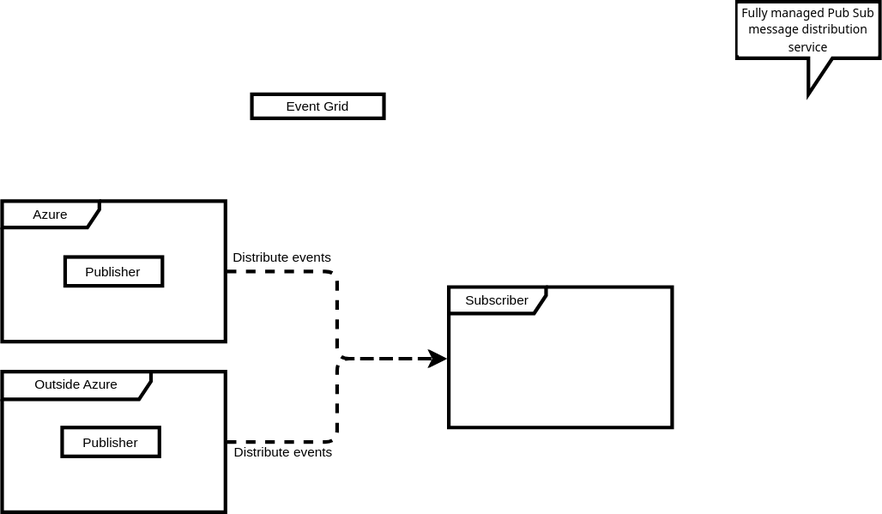
Before: azure/fundamentals/event-grid.drawio.svg, a diagram exported from draw.io (sunnybharne/draw.io). Source tidied: cells renumbered, new cells last; positions are measured from the earlier drawing's top-left corner, leaving out a move shared by most shapes.
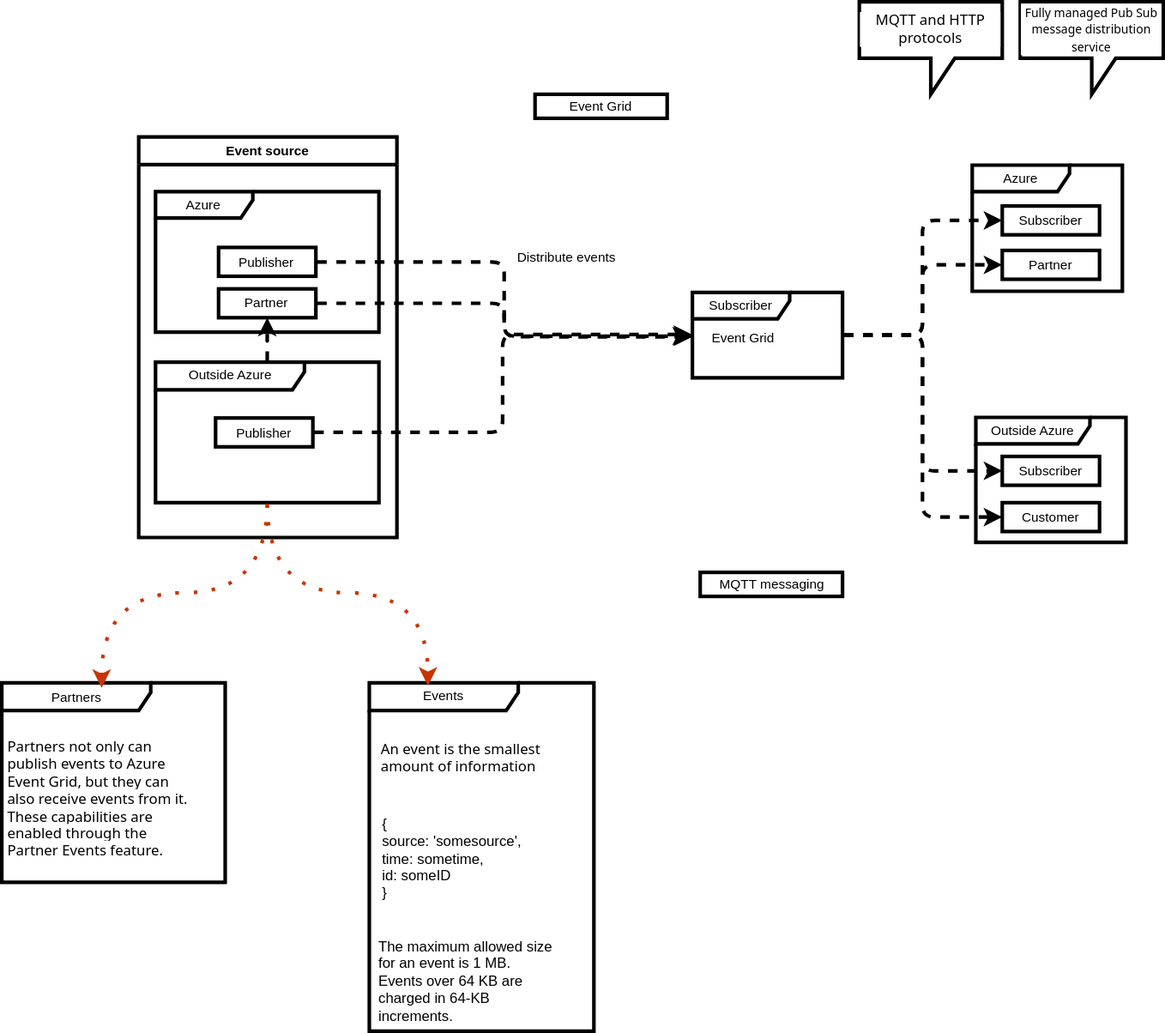
The same diagram one commit later.

What changed in the source:
```diff
@@ -6,39 +6,112 @@
       <mxGeometry x="208" y="77" width="110" height="20" as="geometry" />
     </mxCell>
     <mxCell id="3" value="Publisher" style="rounded=0;whiteSpace=wrap;html=1;fontFamily=Helvetica;fontSize=11;fontColor=default;labelBackgroundColor=default;strokeWidth=3;" parent="1" vertex="1">
-      <mxGeometry x="52.5" y="212.5" width="81" height="24" as="geometry" />
+      <mxGeometry x="-55.5" y="204.5" width="81" height="24" as="geometry" />
     </mxCell>
     <mxCell id="4" value="Azure" style="shape=umlFrame;whiteSpace=wrap;html=1;fontFamily=Helvetica;fontSize=11;fontColor=default;labelBackgroundColor=default;strokeWidth=3;width=81;height=22;" parent="1" vertex="1">
-      <mxGeometry y="166" width="186" height="117" as="geometry" />
+      <mxGeometry x="-108" y="158" width="186" height="117" as="geometry" />
     </mxCell>
     <mxCell id="5" value="Publisher" style="rounded=0;whiteSpace=wrap;html=1;fontFamily=Helvetica;fontSize=11;fontColor=default;labelBackgroundColor=default;strokeWidth=3;" parent="1" vertex="1">
-      <mxGeometry x="50" y="354.5" width="81" height="24" as="geometry" />
+      <mxGeometry x="-58" y="346.5" width="81" height="24" as="geometry" />
     </mxCell>
+    <mxCell id="14" style="edgeStyle=orthogonalEdgeStyle;shape=connector;curved=0;rounded=1;jettySize=auto;html=1;strokeColor=default;strokeWidth=3;align=center;verticalAlign=middle;fontFamily=Helvetica;fontSize=11;fontColor=default;labelBackgroundColor=default;endArrow=classic;flowAnimation=1;" parent="1" edge="1" source="6" target="27">
+      <mxGeometry relative="1" as="geometry" />
+    </mxCell>
     <mxCell id="6" value="Outside Azure" style="shape=umlFrame;whiteSpace=wrap;html=1;fontFamily=Helvetica;fontSize=11;fontColor=default;labelBackgroundColor=default;strokeWidth=3;width=124;height=23;" parent="1" vertex="1">
-      <mxGeometry y="308" width="186" height="117" as="geometry" />
+      <mxGeometry x="-108" y="300" width="186" height="117" as="geometry" />
     </mxCell>
+    <mxCell id="15" style="edgeStyle=orthogonalEdgeStyle;shape=connector;curved=0;rounded=1;jettySize=auto;html=1;entryX=0;entryY=0.5;entryDx=0;entryDy=0;strokeColor=default;strokeWidth=3;align=center;verticalAlign=middle;fontFamily=Helvetica;fontSize=11;fontColor=default;labelBackgroundColor=default;endArrow=classic;flowAnimation=1;" parent="1" edge="1" source="7" target="25">
+      <mxGeometry relative="1" as="geometry" />
+    </mxCell>
+    <mxCell id="16" style="edgeStyle=orthogonalEdgeStyle;shape=connector;curved=0;rounded=1;jettySize=auto;html=1;entryX=0;entryY=0.5;entryDx=0;entryDy=0;strokeColor=default;strokeWidth=3;align=center;verticalAlign=middle;fontFamily=Helvetica;fontSize=11;fontColor=default;labelBackgroundColor=default;endArrow=classic;flowAnimation=1;" parent="1" edge="1" source="7" target="26">
+      <mxGeometry relative="1" as="geometry" />
+    </mxCell>
+    <mxCell id="17" style="edgeStyle=orthogonalEdgeStyle;shape=connector;curved=0;rounded=1;jettySize=auto;html=1;entryX=0;entryY=0.5;entryDx=0;entryDy=0;strokeColor=default;strokeWidth=3;align=center;verticalAlign=middle;fontFamily=Helvetica;fontSize=11;fontColor=default;labelBackgroundColor=default;endArrow=classic;flowAnimation=1;" parent="1" edge="1" source="7" target="28">
+      <mxGeometry relative="1" as="geometry" />
+    </mxCell>
+    <mxCell id="18" style="edgeStyle=orthogonalEdgeStyle;shape=connector;curved=0;rounded=1;jettySize=auto;html=1;entryX=0;entryY=0.5;entryDx=0;entryDy=0;strokeColor=default;strokeWidth=3;align=center;verticalAlign=middle;fontFamily=Helvetica;fontSize=11;fontColor=default;labelBackgroundColor=default;endArrow=classic;flowAnimation=1;" parent="1" edge="1" source="7" target="30">
+      <mxGeometry relative="1" as="geometry" />
+    </mxCell>
     <mxCell id="7" value="Subscriber" style="shape=umlFrame;whiteSpace=wrap;html=1;fontFamily=Helvetica;fontSize=11;fontColor=default;labelBackgroundColor=default;strokeWidth=3;width=81;height=22;" parent="1" vertex="1">
-      <mxGeometry x="372" y="237.5" width="186" height="117" as="geometry" />
+      <mxGeometry x="339" y="242" width="125" height="71" as="geometry" />
     </mxCell>
-    <mxCell id="8" style="edgeStyle=orthogonalEdgeStyle;shape=connector;curved=0;rounded=1;jettySize=auto;html=1;entryX=-0.011;entryY=0.51;entryDx=0;entryDy=0;entryPerimeter=0;strokeColor=default;strokeWidth=3;align=center;verticalAlign=middle;fontFamily=Helvetica;fontSize=11;fontColor=default;labelBackgroundColor=default;endArrow=classic;flowAnimation=1;" parent="1" edge="1" source="4" target="7">
-      <mxGeometry relative="1" as="geometry" />
-    </mxCell>
-    <mxCell id="9" style="edgeLabel;html=1;align=center;verticalAlign=middle;strokeColor=default;strokeWidth=3;fontFamily=Helvetica;fontSize=11;fontColor=default;labelBackgroundColor=default;fillColor=default;" parent="8" vertex="1">
-      <mxGeometry x="-0.53" y="-1" relative="1" as="geometry" />
-    </mxCell>
-    <mxCell id="10" style="edgeStyle=orthogonalEdgeStyle;shape=connector;curved=0;rounded=1;jettySize=auto;html=1;entryX=-0.007;entryY=0.51;entryDx=0;entryDy=0;entryPerimeter=0;strokeColor=default;strokeWidth=3;align=center;verticalAlign=middle;fontFamily=Helvetica;fontSize=11;fontColor=default;labelBackgroundColor=default;endArrow=classic;flowAnimation=1;" parent="1" edge="1" source="6" target="7">
-      <mxGeometry relative="1" as="geometry" />
-    </mxCell>
-    <mxCell id="11" value="Distribute events" style="edgeLabel;html=1;align=center;verticalAlign=middle;strokeColor=default;strokeWidth=3;fontFamily=Helvetica;fontSize=11;fontColor=default;labelBackgroundColor=default;fillColor=default;" parent="10" vertex="1">
-      <mxGeometry x="0.49" y="-4" relative="1" as="geometry">
-        <mxPoint x="-73" y="73" as="offset" />
-      </mxGeometry>
-    </mxCell>
     <mxCell id="12" value="Distribute events" style="edgeLabel;html=1;align=center;verticalAlign=middle;strokeColor=default;strokeWidth=3;fontFamily=Helvetica;fontSize=11;fontColor=default;labelBackgroundColor=default;fillColor=default;" parent="1" vertex="1">
       <mxGeometry x="233" y="212.5" as="geometry" />
     </mxCell>
     <mxCell id="13" value="&lt;span style=&quot;caret-color: rgb(230, 230, 230); font-family: &amp;quot;Segoe UI&amp;quot;, SegoeUI, &amp;quot;Helvetica Neue&amp;quot;, Helvetica, Arial, sans-serif; text-align: left;&quot;&gt;&lt;font style=&quot;font-size: 10px;&quot;&gt;Fully managed Pub Sub message distribution service&lt;/font&gt;&lt;/span&gt;" style="shape=callout;whiteSpace=wrap;html=1;perimeter=calloutPerimeter;strokeColor=default;strokeWidth=3;align=center;verticalAlign=middle;fontFamily=Helvetica;fontSize=11;fontColor=default;labelBackgroundColor=default;fillColor=default;" parent="1" vertex="1">
       <mxGeometry x="612" width="119" height="77" as="geometry" />
     </mxCell>
+    <mxCell id="19" value="&lt;span style=&quot;text-align: start; caret-color: rgb(230, 230, 230); font-family: &amp;quot;Segoe UI&amp;quot;, SegoeUI, &amp;quot;Helvetica Neue&amp;quot;, Helvetica, Arial, sans-serif; background-color: rgb(255, 255, 255);&quot;&gt;&lt;font style=&quot;font-size: 12px;&quot;&gt;MQTT and HTTP protocols&lt;/font&gt;&lt;/span&gt;" style="shape=callout;whiteSpace=wrap;html=1;perimeter=calloutPerimeter;strokeColor=default;strokeWidth=3;align=center;verticalAlign=middle;fontFamily=Helvetica;fontSize=11;fontColor=default;labelBackgroundColor=default;fillColor=default;" parent="1" vertex="1">
+      <mxGeometry x="478" width="119" height="77" as="geometry" />
+    </mxCell>
+    <mxCell id="20" value="MQTT messaging" style="html=1;whiteSpace=wrap;fontFamily=Helvetica;fontSize=11;fontColor=default;labelBackgroundColor=default;strokeWidth=3;" parent="1" vertex="1">
+      <mxGeometry x="345.5" y="475" width="118.5" height="20" as="geometry" />
+    </mxCell>
+    <mxCell id="21" style="edgeStyle=orthogonalEdgeStyle;shape=connector;curved=0;rounded=1;jettySize=auto;html=1;entryX=-0.001;entryY=0.52;entryDx=0;entryDy=0;entryPerimeter=0;strokeColor=default;strokeWidth=3;align=center;verticalAlign=middle;fontFamily=Helvetica;fontSize=11;fontColor=default;labelBackgroundColor=default;endArrow=classic;flowAnimation=1;" parent="1" edge="1" source="3" target="7">
+      <mxGeometry relative="1" as="geometry" />
+    </mxCell>
+    <mxCell id="22" value="Event Grid" style="text;html=1;align=center;verticalAlign=middle;strokeColor=none;fillColor=none;fontFamily=Helvetica;fontSize=11;fontColor=default;labelBackgroundColor=default;" parent="1" vertex="1">
+      <mxGeometry x="345.5" y="267" width="70" height="25" as="geometry" />
+    </mxCell>
+    <mxCell id="23" value="Azure" style="shape=umlFrame;whiteSpace=wrap;html=1;fontFamily=Helvetica;fontSize=11;fontColor=default;labelBackgroundColor=default;strokeWidth=3;width=81;height=22;" parent="1" vertex="1">
+      <mxGeometry x="572" y="136" width="125" height="105" as="geometry" />
+    </mxCell>
+    <mxCell id="24" value="Outside Azure" style="shape=umlFrame;whiteSpace=wrap;html=1;fontFamily=Helvetica;fontSize=11;fontColor=default;labelBackgroundColor=default;strokeWidth=3;width=95;height=22;" parent="1" vertex="1">
+      <mxGeometry x="575" y="346" width="125" height="104" as="geometry" />
+    </mxCell>
+    <mxCell id="25" value="Subscriber" style="rounded=0;whiteSpace=wrap;html=1;fontFamily=Helvetica;fontSize=11;fontColor=default;labelBackgroundColor=default;strokeWidth=3;" parent="1" vertex="1">
+      <mxGeometry x="597" y="170" width="81" height="24" as="geometry" />
+    </mxCell>
+    <mxCell id="26" value="Subscriber" style="rounded=0;whiteSpace=wrap;html=1;fontFamily=Helvetica;fontSize=11;fontColor=default;labelBackgroundColor=default;strokeWidth=3;" parent="1" vertex="1">
+      <mxGeometry x="597" y="378.5" width="81" height="24" as="geometry" />
+    </mxCell>
+    <mxCell id="27" value="Partner" style="rounded=0;whiteSpace=wrap;html=1;fontFamily=Helvetica;fontSize=11;fontColor=default;labelBackgroundColor=default;strokeWidth=3;" parent="1" vertex="1">
+      <mxGeometry x="-55.5" y="239" width="81" height="24" as="geometry" />
+    </mxCell>
+    <mxCell id="28" value="Customer" style="rounded=0;whiteSpace=wrap;html=1;fontFamily=Helvetica;fontSize=11;fontColor=default;labelBackgroundColor=default;strokeWidth=3;" parent="1" vertex="1">
+      <mxGeometry x="597" y="417" width="81" height="24" as="geometry" />
+    </mxCell>
+    <mxCell id="29" style="edgeStyle=orthogonalEdgeStyle;shape=connector;curved=0;rounded=1;jettySize=auto;html=1;entryX=-0.009;entryY=0.512;entryDx=0;entryDy=0;entryPerimeter=0;strokeColor=default;strokeWidth=3;align=center;verticalAlign=middle;fontFamily=Helvetica;fontSize=11;fontColor=default;labelBackgroundColor=default;endArrow=classic;flowAnimation=1;" parent="1" edge="1" source="27" target="7">
+      <mxGeometry relative="1" as="geometry" />
+    </mxCell>
+    <mxCell id="30" value="Partner" style="rounded=0;whiteSpace=wrap;html=1;fontFamily=Helvetica;fontSize=11;fontColor=default;labelBackgroundColor=default;strokeWidth=3;" parent="1" vertex="1">
+      <mxGeometry x="597" y="207" width="81" height="24" as="geometry" />
+    </mxCell>
+    <mxCell id="31" style="edgeStyle=orthogonalEdgeStyle;shape=connector;curved=0;rounded=1;jettySize=auto;html=1;entryX=-0.002;entryY=0.493;entryDx=0;entryDy=0;entryPerimeter=0;strokeColor=default;strokeWidth=3;align=center;verticalAlign=middle;fontFamily=Helvetica;fontSize=11;fontColor=default;labelBackgroundColor=default;endArrow=classic;flowAnimation=1;" parent="1" edge="1" source="5" target="7">
+      <mxGeometry relative="1" as="geometry" />
+    </mxCell>
+    <mxCell id="32" style="group;" parent="1" vertex="1">
+      <mxGeometry x="-236" y="567" width="186" height="166" as="geometry" />
+    </mxCell>
+    <mxCell id="33" value="Partners" style="shape=umlFrame;whiteSpace=wrap;html=1;fontFamily=Helvetica;fontSize=11;fontColor=default;labelBackgroundColor=default;strokeWidth=3;width=124;height=23;" parent="32" vertex="1">
+      <mxGeometry width="186" height="166" as="geometry" />
+    </mxCell>
+    <mxCell id="34" value="&lt;span style=&quot;font-style: normal; font-variant-caps: normal; font-weight: 400; letter-spacing: normal; text-align: start; text-indent: 0px; text-transform: none; white-space: normal; word-spacing: 0px; -webkit-text-stroke-width: 0px; text-decoration: none; caret-color: rgb(230, 230, 230); font-family: &amp;quot;Segoe UI&amp;quot;, SegoeUI, &amp;quot;Helvetica Neue&amp;quot;, Helvetica, Arial, sans-serif; float: none; background-color: rgb(255, 255, 255); display: inline !important;&quot;&gt;&lt;font style=&quot;font-size: 12px;&quot;&gt;Partners not only can publish events to Azure Event Grid, but they can also receive events from it. These capabilities are enabled through the Partner Events feature.&lt;/font&gt;&lt;/span&gt;" style="text;whiteSpace=wrap;html=1;fontFamily=Helvetica;fontSize=11;fontColor=default;labelBackgroundColor=default;" parent="32" vertex="1">
+      <mxGeometry x="3" y="40" width="162" height="112" as="geometry" />
+    </mxCell>
+    <mxCell id="35" style="group;" parent="1" vertex="1">
+      <mxGeometry x="70" y="567" width="200" height="290" as="geometry" />
+    </mxCell>
+    <mxCell id="36" value="Events" style="shape=umlFrame;whiteSpace=wrap;html=1;fontFamily=Helvetica;fontSize=11;fontColor=default;labelBackgroundColor=default;strokeWidth=3;width=124;height=23;" parent="35" vertex="1">
+      <mxGeometry width="187" height="290" as="geometry" />
+    </mxCell>
+    <mxCell id="37" value="&lt;p style=&quot;box-sizing: inherit; outline-color: inherit; margin: 1rem 0px 0px; padding: 0px; overflow-wrap: break-word; caret-color: rgb(230, 230, 230); font-family: &amp;quot;Segoe UI&amp;quot;, SegoeUI, &amp;quot;Helvetica Neue&amp;quot;, Helvetica, Arial, sans-serif; font-size: 12px;&quot;&gt;&lt;font style=&quot;font-size: 12px;&quot;&gt;An event is the smallest amount of information&amp;nbsp;&lt;/font&gt;&lt;/p&gt;&lt;p style=&quot;font-size: 12px; box-sizing: inherit; outline-color: inherit; margin: 1rem 0px 0px; padding: 0px; overflow-wrap: break-word; caret-color: rgb(230, 230, 230); font-family: &amp;quot;Segoe UI&amp;quot;, SegoeUI, &amp;quot;Helvetica Neue&amp;quot;, Helvetica, Arial, sans-serif;&quot;&gt;&lt;br&gt;&lt;/p&gt;" style="text;whiteSpace=wrap;html=1;fontFamily=Helvetica;fontSize=11;fontColor=default;labelBackgroundColor=default;" parent="35" vertex="1">
+      <mxGeometry x="7.5" y="26.2" width="137" height="45.8" as="geometry" />
+    </mxCell>
+    <mxCell id="38" value="&lt;div style=&quot;font-size: 12px;&quot;&gt;&lt;font style=&quot;font-size: 12px;&quot;&gt;&lt;br&gt;&lt;/font&gt;&lt;/div&gt;&lt;font style=&quot;font-size: 12px;&quot;&gt;{&lt;/font&gt;&lt;div style=&quot;font-size: 12px;&quot;&gt;&lt;font style=&quot;font-size: 12px;&quot;&gt;source: 'somesource',&lt;/font&gt;&lt;/div&gt;&lt;div style=&quot;font-size: 12px;&quot;&gt;&lt;font style=&quot;font-size: 12px;&quot;&gt;time: sometime,&lt;/font&gt;&lt;/div&gt;&lt;div style=&quot;font-size: 12px;&quot;&gt;&lt;font style=&quot;font-size: 12px;&quot;&gt;id: someID&lt;br&gt;&lt;/font&gt;&lt;div&gt;&lt;font style=&quot;font-size: 12px;&quot;&gt;}&lt;/font&gt;&lt;/div&gt;&lt;/div&gt;" style="text;html=1;align=left;verticalAlign=middle;strokeColor=none;fillColor=none;fontFamily=Helvetica;fontSize=11;fontColor=default;labelBackgroundColor=default;" parent="35" vertex="1">
+      <mxGeometry x="9" y="91" width="134" height="96" as="geometry" />
+    </mxCell>
+    <mxCell id="39" value="&lt;span style=&quot;caret-color: rgb(230, 230, 230); background-color: rgb(255, 255, 255);&quot;&gt;&lt;font face=&quot;Helvetica&quot; style=&quot;font-size: 12px;&quot;&gt;The maximum allowed size for an event is 1 MB. Events over 64 KB are charged in 64-KB increments.&lt;/font&gt;&lt;/span&gt;" style="text;whiteSpace=wrap;html=1;fontFamily=Helvetica;fontSize=11;fontColor=default;labelBackgroundColor=default;" parent="35" vertex="1">
+      <mxGeometry x="6" y="205.9" width="151" height="60.7" as="geometry" />
+    </mxCell>
+    <mxCell id="40" value="Event source" style="swimlane;whiteSpace=wrap;html=1;strokeColor=default;strokeWidth=3;align=center;verticalAlign=middle;fontFamily=Helvetica;fontSize=11;fontColor=default;labelBackgroundColor=default;fillColor=default;" parent="1" vertex="1">
+      <mxGeometry x="-122" y="112.5" width="215" height="333.5" as="geometry" />
+    </mxCell>
+    <mxCell id="41" style="edgeStyle=orthogonalEdgeStyle;shape=connector;curved=1;rounded=0;jettySize=auto;html=1;entryX=0.261;entryY=0.008;entryDx=0;entryDy=0;entryPerimeter=0;strokeColor=#C73500;strokeWidth=3;align=center;verticalAlign=top;fontFamily=Helvetica;fontSize=11;fontColor=default;labelBackgroundColor=default;endArrow=classic;flowAnimation=1;dashed=1;dashPattern=1 4;fillColor=#fa6800;" parent="1" edge="1" source="6" target="36">
+      <mxGeometry relative="1" as="geometry" />
+    </mxCell>
+    <mxCell id="42" style="edgeStyle=orthogonalEdgeStyle;shape=connector;curved=1;rounded=0;jettySize=auto;html=1;entryX=0.447;entryY=0.025;entryDx=0;entryDy=0;entryPerimeter=0;strokeColor=#C73500;strokeWidth=3;align=center;verticalAlign=top;fontFamily=Helvetica;fontSize=11;fontColor=default;labelBackgroundColor=default;endArrow=classic;flowAnimation=1;dashed=1;dashPattern=1 4;fillColor=#fa6800;" parent="1" edge="1" source="6" target="33">
+      <mxGeometry relative="1" as="geometry" />
+    </mxCell>
   </root>
 </mxGraphModel>
```
